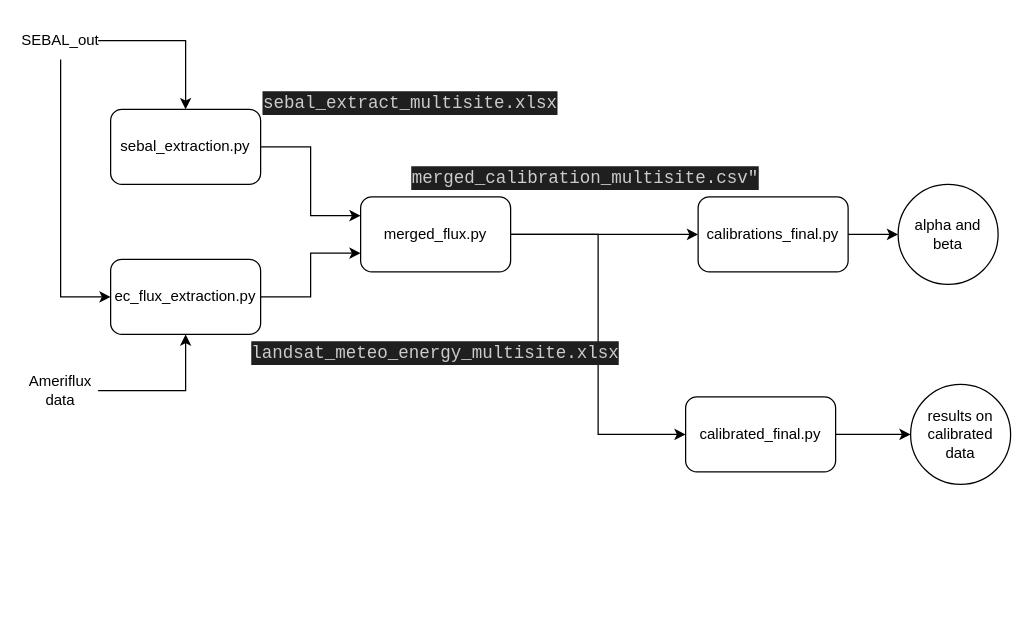
This is calibration.drawio from LUMS-WIT/WIT-SEBAL-Val, a draw.io file, before an edit. Source tidied: cells renumbered, new cells numbered last; positions are measured from the earlier drawing's top-left corner, leaving out a move shared by most shapes. Both pictures are drawn from the tidied source at 125%, with x=0, y=0 at pixel (22, 21).
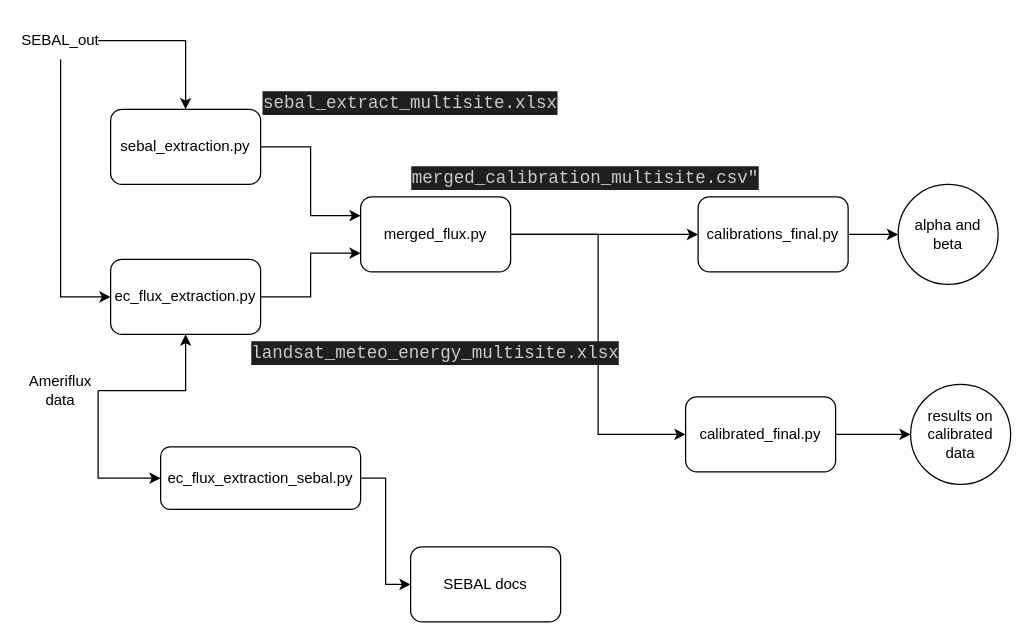
The same diagram, later.

Unchanged cells that the change refers to:
```xml
<mxCell id="10" value="Ameriflux data" style="text;html=1;strokeColor=none;fillColor=none;align=center;verticalAlign=middle;whiteSpace=wrap;rounded=0;" parent="1" vertex="1">
  <mxGeometry y="280" width="60" height="30" as="geometry" />
</mxCell>
```

The edit, as a diff of the source:
```diff
@@
+    <mxCell id="23" style="edgeStyle=orthogonalEdgeStyle;rounded=0;jettySize=auto;html=1;exitX=1;exitY=0.5;exitDx=0;exitDy=0;entryX=0;entryY=0.5;entryDx=0;entryDy=0;" parent="1" edge="1" source="10" target="25">
+      <mxGeometry relative="1" as="geometry">
+        <Array as="points">
+          <mxPoint x="60" y="365" />
+        </Array>
+      </mxGeometry>
+    </mxCell>
@@
+    <mxCell id="24" style="edgeStyle=orthogonalEdgeStyle;rounded=0;jettySize=auto;html=1;entryX=0;entryY=0.5;entryDx=0;entryDy=0;" parent="1" edge="1" source="25" target="26">
+      <mxGeometry relative="1" as="geometry" />
+    </mxCell>
+    <mxCell id="25" value="ec_flux_extraction_sebal.py" style="rounded=1;whiteSpace=wrap;html=1;" parent="1" vertex="1">
+      <mxGeometry x="110" y="340" width="160" height="50" as="geometry" />
+    </mxCell>
+    <mxCell id="26" value="SEBAL docs" style="rounded=1;whiteSpace=wrap;html=1;" parent="1" vertex="1">
+      <mxGeometry x="310" y="420" width="120" height="60" as="geometry" />
+    </mxCell>
```
